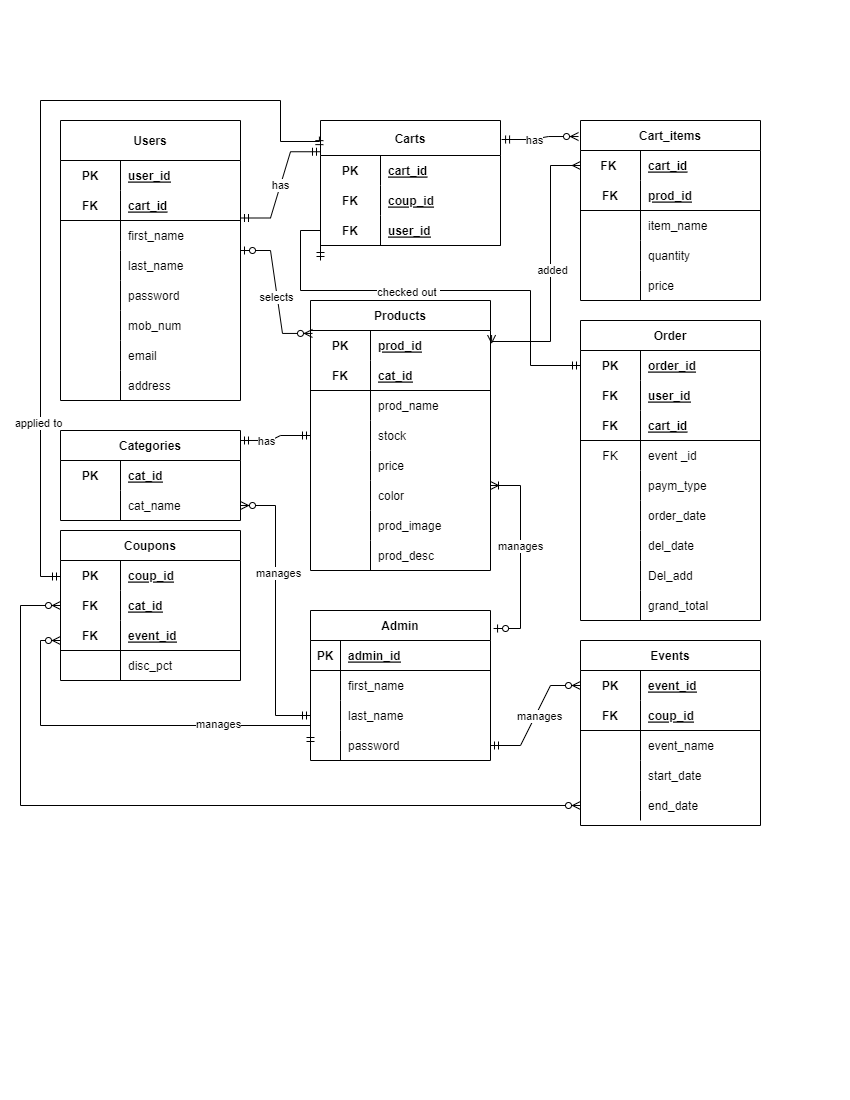
Above: einsteinium_ERD.png in ErvinRenzAguilar/House-of-Fashion (draw.io), before the change. Source tidied: cells renumbered, new cells last; positions are measured from the earlier drawing's top-left corner, leaving out a move shared by most shapes.
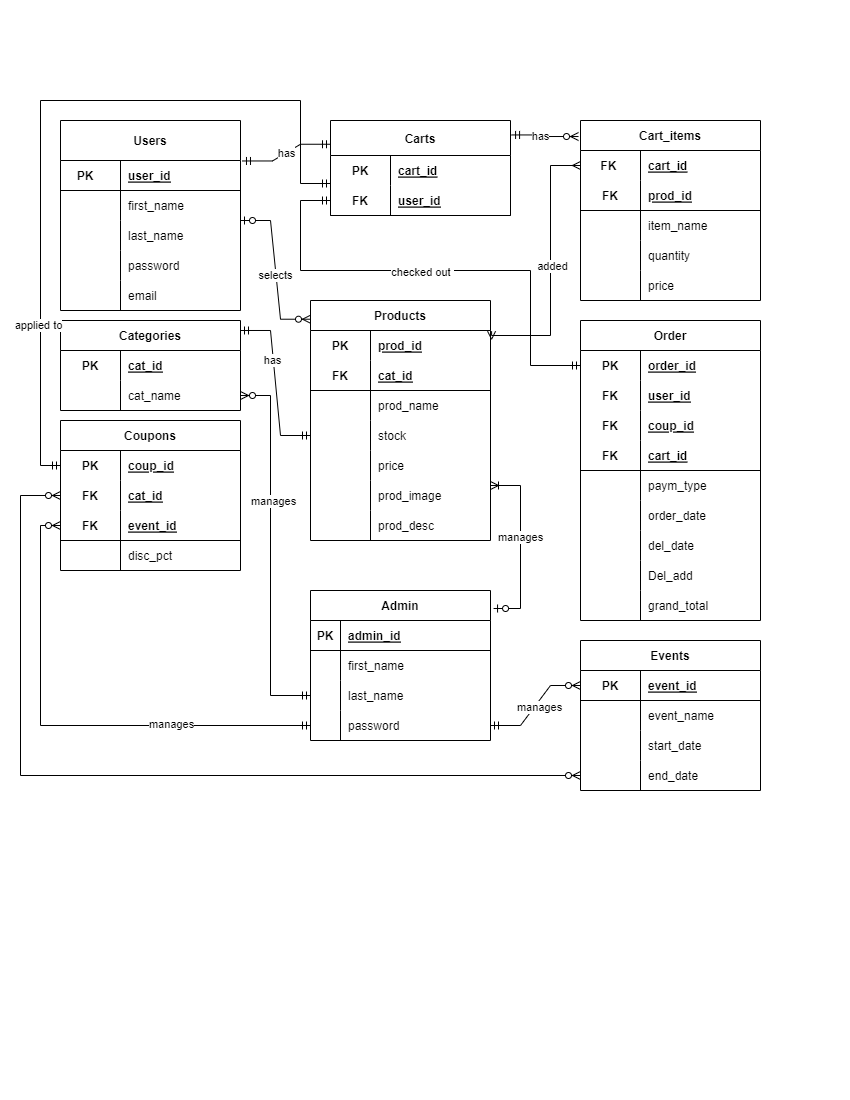
Later version of the same file.

The edit, as a diff of the source:
```diff
@@ -11,3 +11,3 @@
     <mxCell id="4" value="Categories" style="shape=table;startSize=30;rowLines=0;fontStyle=1;align=center;" parent="1" vertex="1">
-      <mxGeometry x="40" y="330" width="180" height="90" as="geometry" />
+      <mxGeometry x="40" y="220" width="180" height="90" as="geometry" />
     </mxCell>
@@ -32,20 +32,11 @@
     <mxCell id="11" value="Users" style="shape=table;startSize=40;rowLines=0;fontStyle=1;align=center;" parent="1" vertex="1">
-      <mxGeometry x="40" y="20" width="180" height="280" as="geometry" />
+      <mxGeometry x="40" y="20" width="180" height="190" as="geometry" />
     </mxCell>
-    <mxCell id="12" style="shape=tableRow;horizontal=0;startSize=0;swimlaneHead=0;swimlaneBody=0;fillColor=none;top=0;left=0;right=0;bottom=0;" parent="11" vertex="1">
-      <mxGeometry y="40" width="180" height="30" as="geometry" />
-    </mxCell>
-    <mxCell id="13" value="PK" style="shape=partialRectangle;fillColor=none;top=0;left=0;bottom=0;right=0;fontStyle=1;overflow=hidden;" parent="12" vertex="1">
-      <mxGeometry width="60" height="30" as="geometry" />
-    </mxCell>
-    <mxCell id="14" value="user_id" style="shape=partialRectangle;fillColor=none;top=0;left=0;bottom=0;right=0;align=left;spacingLeft=6;fontStyle=5;overflow=hidden;" parent="12" vertex="1">
-      <mxGeometry x="60" width="120" height="30" as="geometry" />
-    </mxCell>
     <mxCell id="15" style="shape=tableRow;horizontal=0;startSize=0;swimlaneHead=0;swimlaneBody=0;fillColor=none;top=0;left=0;right=0;bottom=1;" parent="11" vertex="1">
-      <mxGeometry y="70" width="180" height="30" as="geometry" />
+      <mxGeometry y="40" width="180" height="30" as="geometry" />
     </mxCell>
-    <mxCell id="16" value="FK" style="shape=partialRectangle;fillColor=none;top=0;left=0;bottom=0;right=0;fontStyle=1;overflow=hidden;" parent="15" vertex="1">
+    <mxCell id="16" value="PK   " style="shape=partialRectangle;fillColor=none;top=0;left=0;bottom=0;right=0;fontStyle=1;overflow=hidden;" parent="15" vertex="1">
       <mxGeometry width="60" height="30" as="geometry" />
     </mxCell>
-    <mxCell id="17" value="cart_id" style="shape=partialRectangle;fillColor=none;top=0;left=0;bottom=0;right=0;align=left;spacingLeft=6;fontStyle=5;overflow=hidden;" parent="15" vertex="1">
+    <mxCell id="17" value="user_id" style="shape=partialRectangle;fillColor=none;top=0;left=0;bottom=0;right=0;align=left;spacingLeft=6;fontStyle=5;overflow=hidden;" parent="15" vertex="1">
       <mxGeometry x="60" width="120" height="30" as="geometry" />
@@ -53,3 +44,3 @@
     <mxCell id="18" style="shape=tableRow;horizontal=0;startSize=0;swimlaneHead=0;swimlaneBody=0;fillColor=none;top=0;left=0;right=0;bottom=0;" parent="11" vertex="1">
-      <mxGeometry y="100" width="180" height="30" as="geometry" />
+      <mxGeometry y="70" width="180" height="30" as="geometry" />
     </mxCell>
@@ -62,3 +53,3 @@
     <mxCell id="21" style="shape=tableRow;horizontal=0;startSize=0;swimlaneHead=0;swimlaneBody=0;fillColor=none;points=[[0,0.5],[1,0.5]];portConstraint=eastwest;top=0;left=0;right=0;bottom=0;" parent="11" vertex="1">
-      <mxGeometry y="130" width="180" height="30" as="geometry" />
+      <mxGeometry y="100" width="180" height="30" as="geometry" />
     </mxCell>
@@ -71,3 +62,3 @@
     <mxCell id="24" style="shape=tableRow;horizontal=0;startSize=0;swimlaneHead=0;swimlaneBody=0;fillColor=none;top=0;left=0;right=0;bottom=0;" parent="11" vertex="1">
-      <mxGeometry y="160" width="180" height="30" as="geometry" />
+      <mxGeometry y="130" width="180" height="30" as="geometry" />
     </mxCell>
@@ -79,31 +70,13 @@
     </mxCell>
-    <mxCell id="27" style="shape=tableRow;horizontal=0;startSize=0;swimlaneHead=0;swimlaneBody=0;fillColor=none;top=0;left=0;right=0;bottom=0;" parent="11" vertex="1">
-      <mxGeometry y="190" width="180" height="30" as="geometry" />
-    </mxCell>
-    <mxCell id="28" style="shape=partialRectangle;fillColor=none;top=0;left=0;bottom=0;right=0;overflow=hidden;" parent="27" vertex="1">
-      <mxGeometry width="60" height="30" as="geometry" />
-    </mxCell>
-    <mxCell id="29" value="mob_num" style="shape=partialRectangle;fillColor=none;top=0;left=0;bottom=0;right=0;align=left;spacingLeft=6;overflow=hidden;" parent="27" vertex="1">
-      <mxGeometry x="60" width="120" height="30" as="geometry" />
-    </mxCell>
-    <mxCell id="30" style="shape=tableRow;horizontal=0;startSize=0;swimlaneHead=0;swimlaneBody=0;fillColor=none;top=0;left=0;right=0;bottom=0;" parent="11" vertex="1">
-      <mxGeometry y="220" width="180" height="30" as="geometry" />
-    </mxCell>
-    <mxCell id="31" style="shape=partialRectangle;fillColor=none;top=0;left=0;bottom=0;right=0;overflow=hidden;" parent="30" vertex="1">
-      <mxGeometry width="60" height="30" as="geometry" />
-    </mxCell>
+    <mxCell id="180" style="shape=tableRow;horizontal=0;startSize=0;swimlaneHead=0;swimlaneBody=0;fillColor=none;top=0;left=0;right=0;bottom=0;" parent="11" vertex="1">
+      <mxGeometry y="160" width="180" height="30" as="geometry" />
+    </mxCell>
+    <mxCell id="181" style="shape=partialRectangle;fillColor=none;top=0;left=0;bottom=0;right=0;overflow=hidden;" parent="180" vertex="1">
+      <mxGeometry width="60" height="30" as="geometry" />
+    </mxCell>
-    <mxCell id="32" value="email" style="shape=partialRectangle;fillColor=none;top=0;left=0;bottom=0;right=0;align=left;spacingLeft=6;overflow=hidden;" parent="30" vertex="1">
+    <mxCell id="32" value="email" style="shape=partialRectangle;fillColor=none;top=0;left=0;bottom=0;right=0;align=left;spacingLeft=6;overflow=hidden;" parent="180" vertex="1">
       <mxGeometry x="60" width="120" height="30" as="geometry" />
     </mxCell>
-    <mxCell id="33" style="shape=tableRow;horizontal=0;startSize=0;swimlaneHead=0;swimlaneBody=0;fillColor=none;top=0;left=0;right=0;bottom=0;" parent="11" vertex="1">
-      <mxGeometry y="250" width="180" height="30" as="geometry" />
-    </mxCell>
-    <mxCell id="34" style="shape=partialRectangle;fillColor=none;top=0;left=0;bottom=0;right=0;overflow=hidden;" parent="33" vertex="1">
-      <mxGeometry width="60" height="30" as="geometry" />
-    </mxCell>
-    <mxCell id="35" value="address" style="shape=partialRectangle;fillColor=none;top=0;left=0;bottom=0;right=0;align=left;spacingLeft=6;overflow=hidden;" parent="33" vertex="1">
-      <mxGeometry x="60" width="120" height="30" as="geometry" />
-    </mxCell>
     <mxCell id="36" value="Admin" style="shape=table;startSize=30;rowLines=0;fontStyle=1;align=center;" parent="1" vertex="1">
-      <mxGeometry x="290" y="510" width="180" height="150" as="geometry" />
+      <mxGeometry x="290" y="490" width="180" height="150" as="geometry" />
     </mxCell>
@@ -214,4 +187,13 @@
     </mxCell>
+    <mxCell id="182" style="shape=tableRow;horizontal=0;startSize=0;swimlaneHead=0;swimlaneBody=0;fillColor=none;top=0;left=0;right=0;bottom=0;" parent="65" vertex="1">
+      <mxGeometry y="90" width="180" height="30" as="geometry" />
+    </mxCell>
+    <mxCell id="183" value="FK" style="shape=partialRectangle;fillColor=none;top=0;left=0;bottom=0;right=0;fontStyle=1;overflow=hidden;" parent="182" vertex="1">
+      <mxGeometry width="60" height="30" as="geometry" />
+    </mxCell>
+    <mxCell id="184" value="coup_id" style="shape=partialRectangle;fillColor=none;top=0;left=0;bottom=0;right=0;align=left;spacingLeft=6;fontStyle=5;overflow=hidden;" parent="182" vertex="1">
+      <mxGeometry x="60" width="120" height="30" as="geometry" />
+    </mxCell>
     <mxCell id="72" style="shape=tableRow;horizontal=0;startSize=0;swimlaneHead=0;swimlaneBody=0;fillColor=none;top=0;left=0;right=0;bottom=1;" parent="65" vertex="1">
-      <mxGeometry y="90" width="180" height="30" as="geometry" />
+      <mxGeometry y="120" width="180" height="30" as="geometry" />
     </mxCell>
@@ -223,11 +205,2 @@
     </mxCell>
-    <mxCell id="75" style="shape=tableRow;horizontal=0;startSize=0;swimlaneHead=0;swimlaneBody=0;fillColor=none;top=0;left=0;right=0;bottom=0;" parent="65" vertex="1">
-      <mxGeometry y="120" width="180" height="30" as="geometry" />
-    </mxCell>
-    <mxCell id="76" value="FK" style="shape=partialRectangle;fillColor=none;top=0;left=0;bottom=0;right=0;overflow=hidden;" parent="75" vertex="1">
-      <mxGeometry width="60" height="30" as="geometry" />
-    </mxCell>
-    <mxCell id="77" value="event _id" style="shape=partialRectangle;fillColor=none;top=0;left=0;bottom=0;right=0;align=left;spacingLeft=6;overflow=hidden;" parent="75" vertex="1">
-      <mxGeometry x="60" width="120" height="30" as="geometry" />
-    </mxCell>
     <mxCell id="78" style="shape=tableRow;horizontal=0;startSize=0;swimlaneHead=0;swimlaneBody=0;fillColor=none;top=0;left=0;right=0;bottom=0;" parent="65" vertex="1">
@@ -278,3 +251,3 @@
     <mxCell id="93" value="Carts" style="shape=table;startSize=35;rowLines=0;fontStyle=1;align=center;" parent="1" vertex="1">
-      <mxGeometry x="300" y="20" width="180" height="125" as="geometry" />
+      <mxGeometry x="310" y="20" width="180" height="95" as="geometry" />
     </mxCell>
@@ -289,13 +262,4 @@
     </mxCell>
-    <mxCell id="97" style="shape=tableRow;horizontal=0;startSize=0;swimlaneHead=0;swimlaneBody=0;fillColor=none;top=0;left=0;right=0;bottom=0;" parent="93" vertex="1">
-      <mxGeometry y="65" width="180" height="30" as="geometry" />
-    </mxCell>
-    <mxCell id="98" value="FK" style="shape=partialRectangle;fillColor=none;top=0;left=0;bottom=0;right=0;fontStyle=1;overflow=hidden;" parent="97" vertex="1">
-      <mxGeometry width="60" height="30" as="geometry" />
-    </mxCell>
-    <mxCell id="99" value="coup_id" style="shape=partialRectangle;fillColor=none;top=0;left=0;bottom=0;right=0;align=left;spacingLeft=6;fontStyle=5;overflow=hidden;" parent="97" vertex="1">
-      <mxGeometry x="60" width="120" height="30" as="geometry" />
-    </mxCell>
     <mxCell id="100" style="shape=tableRow;horizontal=0;startSize=0;swimlaneHead=0;swimlaneBody=0;fillColor=none;top=0;left=0;right=0;bottom=1;" parent="93" vertex="1">
-      <mxGeometry y="95" width="180" height="30" as="geometry" />
+      <mxGeometry y="65" width="180" height="30" as="geometry" />
     </mxCell>
@@ -308,3 +272,3 @@
     <mxCell id="103" value="Products" style="shape=table;startSize=30;rowLines=0;fontStyle=1;align=center;" parent="1" vertex="1">
-      <mxGeometry x="290" y="200" width="180" height="270" as="geometry" />
+      <mxGeometry x="290" y="200" width="180" height="240" as="geometry" />
     </mxCell>
@@ -355,13 +319,4 @@
     </mxCell>
-    <mxCell id="119" style="shape=tableRow;horizontal=0;startSize=0;swimlaneHead=0;swimlaneBody=0;fillColor=none;top=0;left=0;right=0;bottom=0;" parent="103" vertex="1">
-      <mxGeometry y="180" width="180" height="30" as="geometry" />
-    </mxCell>
-    <mxCell id="120" style="shape=partialRectangle;fillColor=none;top=0;left=0;bottom=0;right=0;overflow=hidden;" parent="119" vertex="1">
-      <mxGeometry width="60" height="30" as="geometry" />
-    </mxCell>
-    <mxCell id="121" value="color" style="shape=partialRectangle;fillColor=none;top=0;left=0;bottom=0;right=0;align=left;spacingLeft=6;overflow=hidden;" parent="119" vertex="1">
-      <mxGeometry x="60" width="120" height="30" as="geometry" />
-    </mxCell>
     <mxCell id="122" style="shape=tableRow;horizontal=0;startSize=0;swimlaneHead=0;swimlaneBody=0;fillColor=none;top=0;left=0;right=0;bottom=0;" parent="103" vertex="1">
-      <mxGeometry y="210" width="180" height="30" as="geometry" />
+      <mxGeometry y="180" width="180" height="30" as="geometry" />
     </mxCell>
@@ -374,3 +329,3 @@
     <mxCell id="125" style="shape=tableRow;horizontal=0;startSize=0;swimlaneHead=0;swimlaneBody=0;fillColor=none;top=0;left=0;right=0;bottom=0;" parent="103" vertex="1">
-      <mxGeometry y="240" width="180" height="30" as="geometry" />
+      <mxGeometry y="210" width="180" height="30" as="geometry" />
     </mxCell>
@@ -383,5 +338,5 @@
     <mxCell id="128" value="Events" style="shape=table;startSize=30;rowLines=0;fontStyle=1;align=center;" parent="1" vertex="1">
-      <mxGeometry x="560" y="540" width="180" height="185" as="geometry" />
+      <mxGeometry x="560" y="540" width="180" height="150" as="geometry" />
     </mxCell>
-    <mxCell id="129" style="shape=tableRow;horizontal=0;startSize=0;swimlaneHead=0;swimlaneBody=0;fillColor=none;points=[[0,0.5],[1,0.5]];portConstraint=eastwest;top=0;left=0;right=0;bottom=1;strokeColor=none;" parent="128" vertex="1">
+    <mxCell id="129" style="shape=tableRow;horizontal=0;startSize=0;swimlaneHead=0;swimlaneBody=0;fillColor=none;points=[[0,0.5],[1,0.5]];portConstraint=eastwest;top=0;left=0;right=0;bottom=1;strokeColor=default;" parent="128" vertex="1">
       <mxGeometry y="30" width="180" height="30" as="geometry" />
@@ -394,13 +349,4 @@
     </mxCell>
-    <mxCell id="132" style="shape=tableRow;horizontal=0;startSize=0;swimlaneHead=0;swimlaneBody=0;fillColor=none;top=0;left=0;right=0;bottom=1;" parent="128" vertex="1">
-      <mxGeometry y="60" width="180" height="30" as="geometry" />
-    </mxCell>
-    <mxCell id="133" value="FK" style="shape=partialRectangle;fillColor=none;top=0;left=0;bottom=0;right=0;fontStyle=1;overflow=hidden;" parent="132" vertex="1">
-      <mxGeometry width="60" height="30" as="geometry" />
-    </mxCell>
-    <mxCell id="134" value="coup_id" style="shape=partialRectangle;fillColor=none;top=0;left=0;bottom=0;right=0;align=left;spacingLeft=6;fontStyle=5;overflow=hidden;" parent="132" vertex="1">
-      <mxGeometry x="60" width="120" height="30" as="geometry" />
-    </mxCell>
     <mxCell id="135" style="shape=tableRow;horizontal=0;startSize=0;swimlaneHead=0;swimlaneBody=0;fillColor=none;top=0;left=0;right=0;bottom=0;" parent="128" vertex="1">
-      <mxGeometry y="90" width="180" height="30" as="geometry" />
+      <mxGeometry y="60" width="180" height="30" as="geometry" />
     </mxCell>
@@ -413,3 +359,3 @@
     <mxCell id="138" style="shape=tableRow;horizontal=0;startSize=0;swimlaneHead=0;swimlaneBody=0;fillColor=none;top=0;left=0;right=0;bottom=0;" parent="128" vertex="1">
-      <mxGeometry y="120" width="180" height="30" as="geometry" />
+      <mxGeometry y="90" width="180" height="30" as="geometry" />
     </mxCell>
@@ -422,3 +368,3 @@
     <mxCell id="141" style="shape=tableRow;horizontal=0;startSize=0;swimlaneHead=0;swimlaneBody=0;fillColor=none;points=[[0,0.5],[1,0.5]];portConstraint=eastwest;top=0;left=0;right=0;bottom=0;" parent="128" vertex="1">
-      <mxGeometry y="150" width="180" height="30" as="geometry" />
+      <mxGeometry y="120" width="180" height="30" as="geometry" />
     </mxCell>
@@ -431,3 +377,3 @@
     <mxCell id="144" value="Coupons" style="shape=table;startSize=30;rowLines=0;fontStyle=1;align=center;" parent="1" vertex="1">
-      <mxGeometry x="40" y="430" width="180" height="150" as="geometry" />
+      <mxGeometry x="40" y="320" width="180" height="150" as="geometry" />
     </mxCell>
@@ -469,6 +415,4 @@
     </mxCell>
-    <mxCell id="157" style="edgeStyle=entityRelationEdgeStyle;fontSize=12;html=1;endArrow=ERmandOne;startArrow=ERmandOne;rounded=0;entryX=0;entryY=0.25;entryDx=0;entryDy=0;" parent="1" edge="1" target="93">
-      <mxGeometry relative="1" as="geometry">
-        <mxPoint x="220" y="117.5" as="sourcePoint" />
-      </mxGeometry>
+    <mxCell id="157" style="edgeStyle=entityRelationEdgeStyle;fontSize=12;html=1;endArrow=ERmandOne;startArrow=ERmandOne;rounded=0;entryX=0;entryY=0.25;entryDx=0;entryDy=0;exitX=1.011;exitY=0.213;exitDx=0;exitDy=0;exitPerimeter=0;" parent="1" edge="1" source="11" target="93">
+      <mxGeometry relative="1" as="geometry" />
     </mxCell>
@@ -488,3 +432,3 @@
     </mxCell>
-    <mxCell id="161" style="edgeStyle=entityRelationEdgeStyle;fontSize=12;html=1;endArrow=ERzeroToMany;startArrow=ERzeroToOne;rounded=0;exitX=1;exitY=0;exitDx=0;exitDy=0;exitPerimeter=0;entryX=0.011;entryY=0.122;entryDx=0;entryDy=0;entryPerimeter=0;" parent="1" edge="1" source="21" target="103">
+    <mxCell id="161" style="edgeStyle=entityRelationEdgeStyle;fontSize=12;html=1;endArrow=ERzeroToMany;startArrow=ERzeroToOne;rounded=0;exitX=1;exitY=0;exitDx=0;exitDy=0;exitPerimeter=0;entryX=0;entryY=0.078;entryDx=0;entryDy=0;entryPerimeter=0;" parent="1" edge="1" source="21" target="103">
       <mxGeometry relative="1" as="geometry" />
@@ -497,3 +441,3 @@
         <Array as="points">
-          <mxPoint x="530" y="241" />
+          <mxPoint x="530" y="235" />
           <mxPoint x="530" y="65" />
@@ -513,8 +457,7 @@
       <mxGeometry relative="1" as="geometry">
-        <mxPoint x="300" y="160" as="sourcePoint" />
+        <mxPoint x="310" y="100" as="sourcePoint" />
         <Array as="points">
-          <mxPoint x="300" y="130" />
-          <mxPoint x="280" y="130" />
-          <mxPoint x="280" y="190" />
-          <mxPoint x="510" y="190" />
+          <mxPoint x="280" y="100" />
+          <mxPoint x="280" y="170" />
+          <mxPoint x="510" y="170" />
           <mxPoint x="510" y="265" />
@@ -532,5 +475,7 @@
     </mxCell>
-    <mxCell id="171" style="edgeStyle=elbowEdgeStyle;fontSize=12;html=1;endArrow=ERzeroToMany;startArrow=ERmandOne;rounded=0;exitX=0;exitY=0.5;exitDx=0;exitDy=0;" parent="1" edge="1" source="43">
+    <mxCell id="171" style="edgeStyle=elbowEdgeStyle;fontSize=12;html=1;endArrow=ERzeroToMany;startArrow=ERmandOne;rounded=0;exitX=0;exitY=0.5;exitDx=0;exitDy=0;entryX=1;entryY=0.5;entryDx=0;entryDy=0;" parent="1" edge="1" source="43" target="8">
       <mxGeometry relative="1" as="geometry">
-        <mxPoint x="220" y="405" as="targetPoint" />
+        <Array as="points">
+          <mxPoint x="250" y="400" />
+        </Array>
       </mxGeometry>
@@ -540,5 +485,4 @@
     </mxCell>
-    <mxCell id="173" style="edgeStyle=orthogonalEdgeStyle;fontSize=12;html=1;endArrow=ERzeroToMany;startArrow=ERmandOne;rounded=0;exitX=0;exitY=0.5;exitDx=0;exitDy=0;" parent="1" edge="1" source="46">
+    <mxCell id="173" style="edgeStyle=orthogonalEdgeStyle;fontSize=12;html=1;endArrow=ERzeroToMany;startArrow=ERmandOne;rounded=0;exitX=0;exitY=0.5;exitDx=0;exitDy=0;entryX=0;entryY=0.5;entryDx=0;entryDy=0;" parent="1" edge="1" source="46" target="151">
       <mxGeometry relative="1" as="geometry">
-        <mxPoint x="40" y="540" as="targetPoint" />
         <Array as="points">
@@ -546,4 +490,3 @@
           <mxPoint x="20" y="625" />
-          <mxPoint x="20" y="540" />
-          <mxPoint x="40" y="540" />
+          <mxPoint x="20" y="425" />
         </Array>
@@ -560,10 +503,9 @@
     </mxCell>
-    <mxCell id="177" style="edgeStyle=orthogonalEdgeStyle;fontSize=12;html=1;endArrow=ERmandOne;startArrow=ERmandOne;rounded=0;entryX=-0.006;entryY=0.129;entryDx=0;entryDy=0;entryPerimeter=0;" parent="1" edge="1" target="93">
+    <mxCell id="177" style="edgeStyle=orthogonalEdgeStyle;fontSize=12;html=1;endArrow=ERmandOne;startArrow=ERmandOne;rounded=0;exitX=0;exitY=0.5;exitDx=0;exitDy=0;" parent="1" edge="1" source="145" target="93">
       <mxGeometry relative="1" as="geometry">
-        <mxPoint x="40" y="476" as="sourcePoint" />
         <Array as="points">
-          <mxPoint x="20" y="476" />
+          <mxPoint x="20" y="365" />
           <mxPoint x="20" />
-          <mxPoint x="260" />
-          <mxPoint x="260" y="41" />
+          <mxPoint x="280" />
+          <mxPoint x="280" y="83" />
         </Array>
@@ -574,7 +516,7 @@
     </mxCell>
-    <mxCell id="179" style="edgeStyle=orthogonalEdgeStyle;fontSize=12;html=1;endArrow=ERzeroToMany;endFill=1;startArrow=ERzeroToMany;rounded=0;exitX=0;exitY=0.5;exitDx=0;exitDy=0;" parent="1" edge="1" source="148" target="141">
+    <mxCell id="179" style="edgeStyle=orthogonalEdgeStyle;fontSize=12;html=1;endArrow=ERzeroToMany;endFill=1;startArrow=ERzeroToMany;rounded=0;exitX=0;exitY=0.5;exitDx=0;exitDy=0;entryX=0;entryY=0.5;entryDx=0;entryDy=0;" parent="1" edge="1" source="148" target="141">
       <mxGeometry relative="1" as="geometry">
         <Array as="points">
-          <mxPoint y="505" />
-          <mxPoint y="705" />
+          <mxPoint y="395" />
+          <mxPoint y="675" />
         </Array>
```
